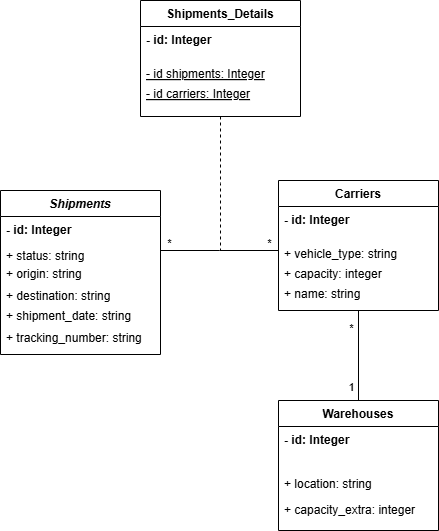
The draw.io diagram UML G21.png in Henrique-Cunha17/g21_project, before a commit. Source tidied: cells renumbered, new cells last; positions are measured from the earlier drawing's top-left corner, leaving out a move shared by most shapes.
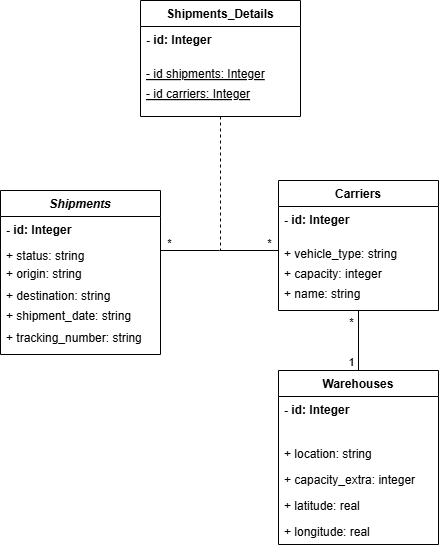
The same diagram one commit later.

Commit message:
UML correction

Diff of the diagram source:
```diff
@@ -41,7 +41,7 @@
       <mxGeometry y="80" width="160" height="20" as="geometry" />
     </mxCell>
     <mxCell id="14" value="Warehouses" style="swimlane;fontStyle=1;align=center;verticalAlign=top;horizontal=1;startSize=26;rounded=0;shadow=0;strokeWidth=1;" parent="1" vertex="1">
-      <mxGeometry x="278" y="400" width="160" height="130" as="geometry" />
+      <mxGeometry x="278" y="370" width="160" height="174" as="geometry" />
     </mxCell>
     <mxCell id="15" value="- id: Integer" style="text;align=left;verticalAlign=top;spacingLeft=4;spacingRight=4;overflow=hidden;fontStyle=1;" parent="14" vertex="1">
       <mxGeometry y="26" width="160" height="44" as="geometry" />
@@ -52,6 +52,12 @@
     <mxCell id="17" value="+ capacity_extra: integer" style="text;align=left;verticalAlign=top;spacingLeft=4;spacingRight=4;overflow=hidden;fontStyle=0;" parent="14" vertex="1">
       <mxGeometry y="96" width="160" height="26" as="geometry" />
     </mxCell>
+    <mxCell id="29" value="+ latitude: real" style="text;align=left;verticalAlign=top;spacingLeft=4;spacingRight=4;overflow=hidden;fontStyle=0;" parent="14" vertex="1">
+      <mxGeometry y="122" width="160" height="26" as="geometry" />
+    </mxCell>
+    <mxCell id="30" value="+ longitude: real" style="text;align=left;verticalAlign=top;spacingLeft=4;spacingRight=4;overflow=hidden;fontStyle=0;" parent="14" vertex="1">
+      <mxGeometry y="148" width="160" height="26" as="geometry" />
+    </mxCell>
     <mxCell id="18" style="edgeStyle=orthogonalEdgeStyle;rounded=0;jettySize=auto;html=1;endArrow=none;startFill=0;" parent="1" edge="1" source="21" target="14">
       <mxGeometry relative="1" as="geometry" />
     </mxCell>
```
